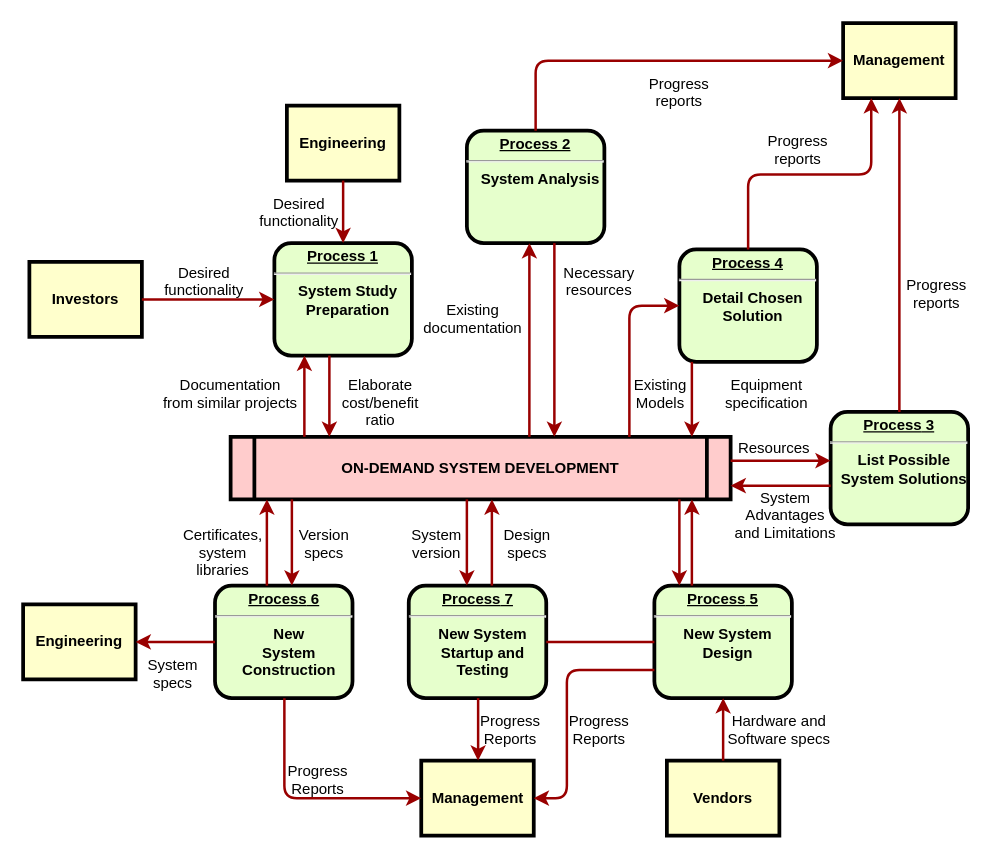
Beattle/app keeps this draw.io diagram as Untitled Diagram.drawio. Above is the earlier version. Source tidied: cells renumbered, new cells numbered last; positions are measured from the earlier drawing's top-left corner, leaving out a move shared by most shapes. Both pictures are drawn from the tidied source at 125%, with x=0, y=0 at pixel (22, 22).
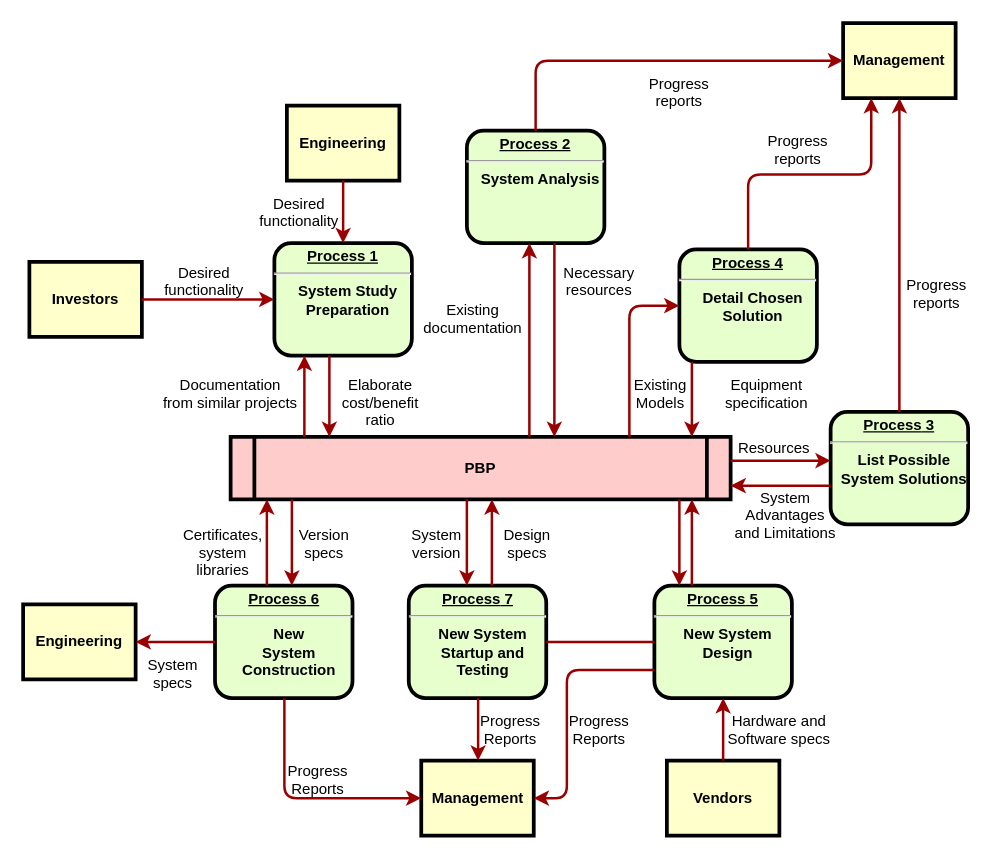
After the change.

What changed in the source:
```diff
@@
-    <mxCell id="5" value="ON-DEMAND SYSTEM DEVELOPMENT" style="shape=process;whiteSpace=wrap;align=center;verticalAlign=middle;size=0.0475;fontStyle=1;strokeWidth=3;fillColor=#FFCCCC;" parent="1" vertex="1">
+    <mxCell id="5" value="РВР" style="shape=process;whiteSpace=wrap;align=center;verticalAlign=middle;size=0.0475;fontStyle=1;strokeWidth=3;fillColor=#FFCCCC;" parent="1" vertex="1">
       <mxGeometry x="166" y="331" width="400" height="50" as="geometry" />
     </mxCell>
```
